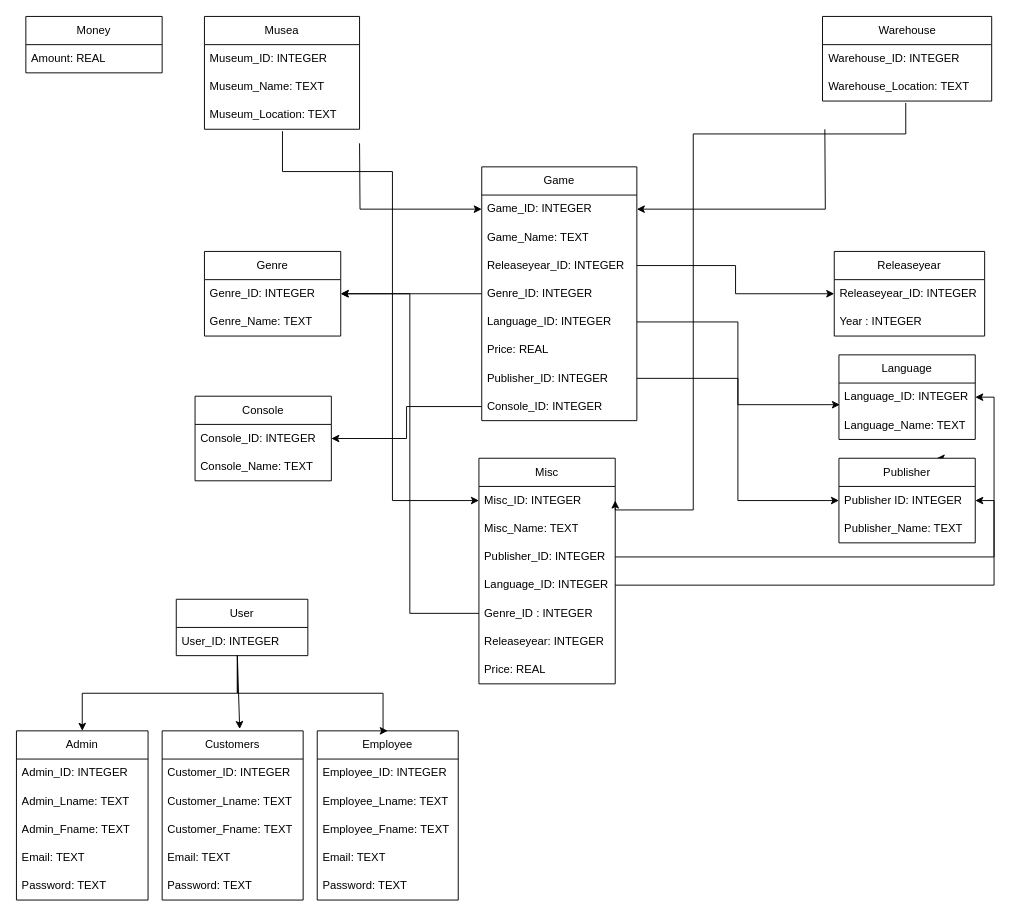
Before: DDL.drawio in goblin-3/Project_Databases_GIel_Meyers, a draw.io diagram. Source tidied: cells renumbered, new cells numbered last; positions are measured from the earlier drawing's top-left corner, leaving out a move shared by most shapes. Both pictures are drawn from the tidied source at 94%, with x=0, y=0 at pixel (16, 16).
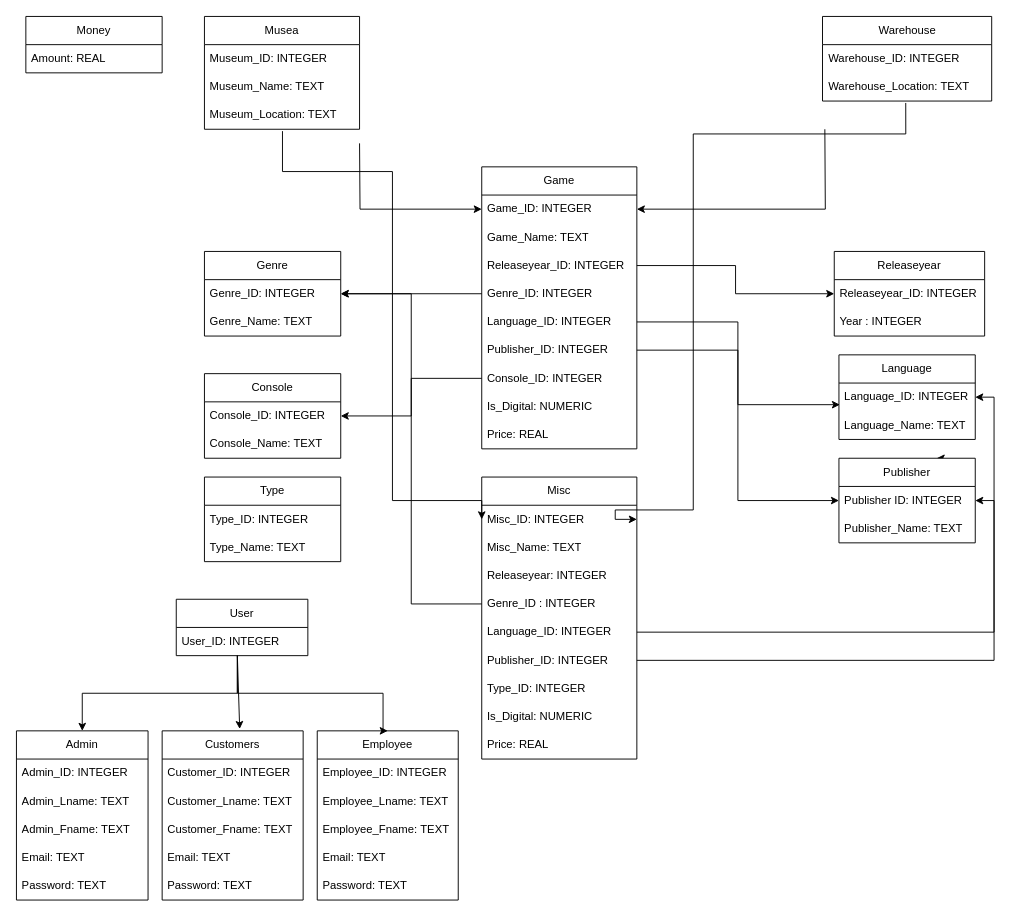
Above is the later version.

The edit, as a diff of the source:
```diff
@@
     <mxCell id="2" value="Game" style="swimlane;fontStyle=0;horizontal=1;startSize=30;whiteSpace=wrap;html=1;" parent="1" vertex="1">
-      <mxGeometry x="495" y="160" width="165" height="270" as="geometry" />
+      <mxGeometry x="495" y="160" width="165" height="300" as="geometry" />
     </mxCell>
@@
-    <mxCell id="8" value="Price: REAL" style="text;strokeColor=none;fillColor=none;align=left;verticalAlign=middle;spacingLeft=4;spacingRight=4;overflow=hidden;whiteSpace=wrap;html=1;" parent="2" vertex="1">
-      <mxGeometry y="180" width="165" height="30" as="geometry" />
-    </mxCell>
     <mxCell id="9" value="Publisher_ID: INTEGER" style="text;strokeColor=none;fillColor=none;align=left;verticalAlign=middle;spacingLeft=4;spacingRight=4;overflow=hidden;points=[[0,0.5],[1,0.5]];portConstraint=eastwest;whiteSpace=wrap;html=1;" parent="2" vertex="1">
-      <mxGeometry y="210" width="165" height="30" as="geometry" />
+      <mxGeometry y="180" width="165" height="30" as="geometry" />
     </mxCell>
     <mxCell id="10" value="Console_ID: INTEGER" style="text;strokeColor=none;fillColor=none;align=left;verticalAlign=middle;spacingLeft=4;spacingRight=4;overflow=hidden;points=[[0,0.5],[1,0.5]];portConstraint=eastwest;whiteSpace=wrap;html=1;" parent="2" vertex="1">
-      <mxGeometry y="240" width="165" height="30" as="geometry" />
+      <mxGeometry y="210" width="165" height="30" as="geometry" />
     </mxCell>
+    <mxCell id="79" value="Is_Digital:&amp;nbsp;NUMERIC" style="text;strokeColor=none;fillColor=none;align=left;verticalAlign=middle;spacingLeft=4;spacingRight=4;overflow=hidden;whiteSpace=wrap;html=1;" parent="2" vertex="1">
+      <mxGeometry y="240" width="165" height="30" as="geometry" />
+    </mxCell>
+    <mxCell id="8" value="Price: REAL" style="text;strokeColor=none;fillColor=none;align=left;verticalAlign=middle;spacingLeft=4;spacingRight=4;overflow=hidden;whiteSpace=wrap;html=1;" parent="2" vertex="1">
+      <mxGeometry y="270" width="165" height="30" as="geometry" />
+    </mxCell>
@@
     <mxCell id="29" value="Misc" style="swimlane;fontStyle=0;horizontal=1;startSize=30;whiteSpace=wrap;html=1;" parent="1" vertex="1">
-      <mxGeometry x="492" y="470" width="145" height="240" as="geometry" />
+      <mxGeometry x="495" y="490" width="165" height="300" as="geometry" />
     </mxCell>
     <mxCell id="30" value="Misc_ID: INTEGER" style="text;strokeColor=none;fillColor=none;align=left;verticalAlign=middle;spacingLeft=4;spacingRight=4;overflow=hidden;points=[[0,0.5],[1,0.5]];portConstraint=eastwest;whiteSpace=wrap;html=1;" parent="29" vertex="1">
-      <mxGeometry y="30" width="145" height="30" as="geometry" />
+      <mxGeometry y="30" width="165" height="30" as="geometry" />
     </mxCell>
     <mxCell id="31" value="Misc_Name: TEXT" style="text;strokeColor=none;fillColor=none;align=left;verticalAlign=middle;spacingLeft=4;spacingRight=4;overflow=hidden;whiteSpace=wrap;html=1;" parent="29" vertex="1">
-      <mxGeometry y="60" width="145" height="30" as="geometry" />
+      <mxGeometry y="60" width="165" height="30" as="geometry" />
     </mxCell>
+    <mxCell id="35" value="Releaseyear: INTEGER" style="text;strokeColor=none;fillColor=none;align=left;verticalAlign=middle;spacingLeft=4;spacingRight=4;overflow=hidden;whiteSpace=wrap;html=1;" parent="29" vertex="1">
+      <mxGeometry y="90" width="165" height="30" as="geometry" />
+    </mxCell>
+    <mxCell id="34" value="Genre_ID :&amp;nbsp;INTEGER" style="text;strokeColor=none;fillColor=none;align=left;verticalAlign=middle;spacingLeft=4;spacingRight=4;overflow=hidden;points=[[0,0.5],[1,0.5]];portConstraint=eastwest;whiteSpace=wrap;html=1;" parent="29" vertex="1">
+      <mxGeometry y="120" width="165" height="30" as="geometry" />
+    </mxCell>
+    <mxCell id="33" value="Language_ID: INTEGER" style="text;strokeColor=none;fillColor=none;align=left;verticalAlign=middle;spacingLeft=4;spacingRight=4;overflow=hidden;points=[[0,0.5],[1,0.5]];portConstraint=eastwest;whiteSpace=wrap;html=1;" parent="29" vertex="1">
+      <mxGeometry y="150" width="165" height="30" as="geometry" />
+    </mxCell>
     <mxCell id="32" value="Publisher_ID: INTEGER" style="text;strokeColor=none;fillColor=none;align=left;verticalAlign=middle;spacingLeft=4;spacingRight=4;overflow=hidden;points=[[0,0.5],[1,0.5]];portConstraint=eastwest;whiteSpace=wrap;html=1;" parent="29" vertex="1">
-      <mxGeometry y="90" width="145" height="30" as="geometry" />
+      <mxGeometry y="180" width="165" height="30" as="geometry" />
     </mxCell>
-    <mxCell id="33" value="Language_ID: INTEGER" style="text;strokeColor=none;fillColor=none;align=left;verticalAlign=middle;spacingLeft=4;spacingRight=4;overflow=hidden;points=[[0,0.5],[1,0.5]];portConstraint=eastwest;whiteSpace=wrap;html=1;" parent="29" vertex="1">
-      <mxGeometry y="120" width="145" height="30" as="geometry" />
-    </mxCell>
-    <mxCell id="34" value="Genre_ID :&amp;nbsp;INTEGER" style="text;strokeColor=none;fillColor=none;align=left;verticalAlign=middle;spacingLeft=4;spacingRight=4;overflow=hidden;points=[[0,0.5],[1,0.5]];portConstraint=eastwest;whiteSpace=wrap;html=1;" parent="29" vertex="1">
-      <mxGeometry y="150" width="145" height="30" as="geometry" />
-    </mxCell>
-    <mxCell id="35" value="Releaseyear: INTEGER" style="text;strokeColor=none;fillColor=none;align=left;verticalAlign=middle;spacingLeft=4;spacingRight=4;overflow=hidden;whiteSpace=wrap;html=1;" parent="29" vertex="1">
-      <mxGeometry y="180" width="145" height="30" as="geometry" />
-    </mxCell>
+    <mxCell id="80" value="Type_ID: INTEGER" style="text;strokeColor=none;fillColor=none;align=left;verticalAlign=middle;spacingLeft=4;spacingRight=4;overflow=hidden;whiteSpace=wrap;html=1;" parent="29" vertex="1">
+      <mxGeometry y="210" width="165" height="30" as="geometry" />
+    </mxCell>
+    <mxCell id="81" value="Is_Digital:&amp;nbsp;NUMERIC" style="text;strokeColor=none;fillColor=none;align=left;verticalAlign=middle;spacingLeft=4;spacingRight=4;overflow=hidden;whiteSpace=wrap;html=1;" parent="29" vertex="1">
+      <mxGeometry y="240" width="165" height="30" as="geometry" />
+    </mxCell>
     <mxCell id="36" value="Price: REAL" style="text;strokeColor=none;fillColor=none;align=left;verticalAlign=middle;spacingLeft=4;spacingRight=4;overflow=hidden;whiteSpace=wrap;html=1;" parent="29" vertex="1">
-      <mxGeometry y="210" width="145" height="30" as="geometry" />
+      <mxGeometry y="270" width="165" height="30" as="geometry" />
     </mxCell>
@@
     <mxCell id="59" value="Console" style="swimlane;fontStyle=0;horizontal=1;startSize=30;whiteSpace=wrap;html=1;" parent="1" vertex="1">
-      <mxGeometry x="190" y="404" width="145" height="90" as="geometry" />
+      <mxGeometry x="200" y="380" width="145" height="90" as="geometry" />
     </mxCell>
@@
+    <mxCell id="82" value="Type" style="swimlane;fontStyle=0;horizontal=1;startSize=30;whiteSpace=wrap;html=1;" parent="1" vertex="1">
+      <mxGeometry x="200" y="490" width="145" height="90" as="geometry" />
+    </mxCell>
+    <mxCell id="83" value="Type_ID: INTEGER" style="text;strokeColor=none;fillColor=none;align=left;verticalAlign=middle;spacingLeft=4;spacingRight=4;overflow=hidden;whiteSpace=wrap;html=1;" parent="82" vertex="1">
+      <mxGeometry y="30" width="145" height="30" as="geometry" />
+    </mxCell>
+    <mxCell id="84" value="Type_Name: TEXT" style="text;strokeColor=none;fillColor=none;align=left;verticalAlign=middle;spacingLeft=4;spacingRight=4;overflow=hidden;whiteSpace=wrap;html=1;" parent="82" vertex="1">
+      <mxGeometry y="60" width="145" height="30" as="geometry" />
+    </mxCell>
```
